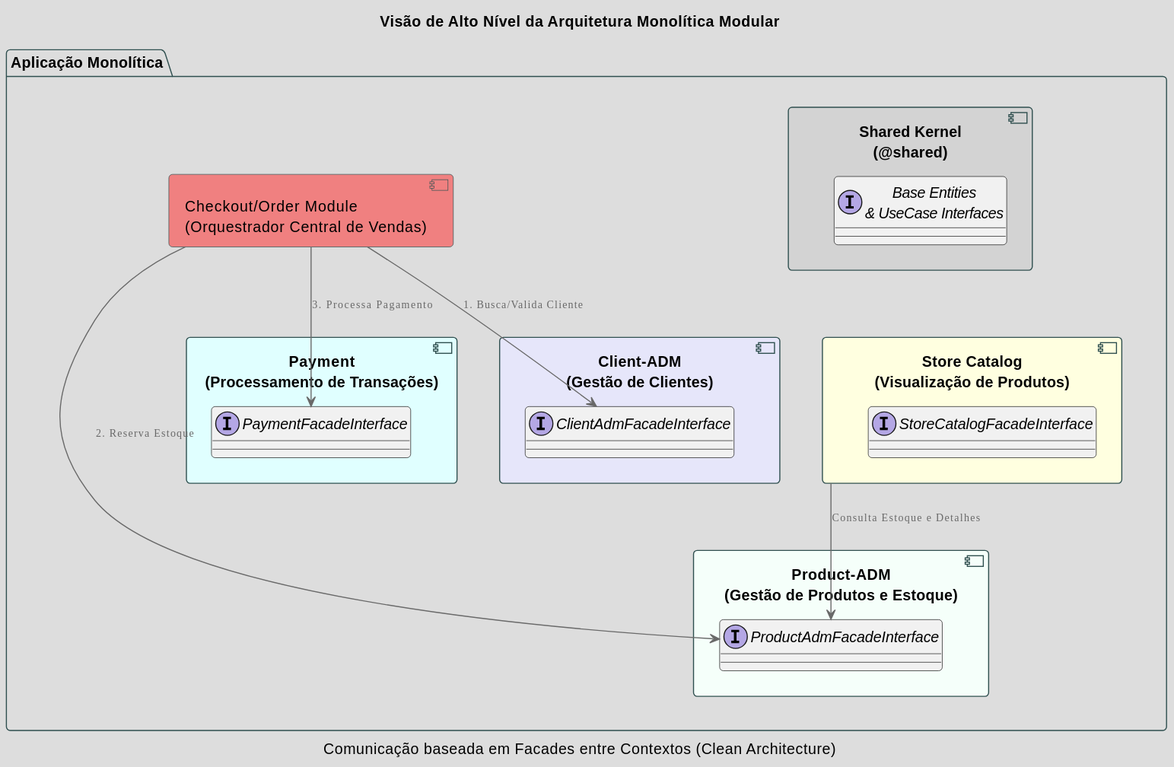
Earlier version of the PlantUML export plantUml/arquitetura-diagrama-altonivel.svg (danielso2007/fc-monolito-curso). The source it was exported from:
```plantuml
@startuml
!theme toy

allowmixing
skinparam component {
    BorderColor DarkSlateGray
    BackgroundColor WhiteSmoke
    ArrowColor DimGray
    ArrowFontName DroidSansMono
    ArrowFontSize 10
    ArrowFontColor DimGray
}
skinparam package {
    BorderColor DarkSlateGray
}
skinparam interface {
    BorderColor DarkOrange
    BackgroundColor LightYellow
}

title Visão de Alto Nível da Arquitetura Monolítica Modular
caption Comunicação baseada em Facades entre Contextos (Clean Architecture)

package "Aplicação Monolítica" {

    component "Shared Kernel\n(@shared)" as Shared #LightGray {
        interface "Base Entities\n& UseCase Interfaces" as SharedInterfaces
    }


    component "Client-ADM\n(Gestão de Clientes)" as ClientAdm #Lavender {
        interface "ClientAdmFacadeInterface" as ClientAdmFacade
    }

    component "Product-ADM\n(Gestão de Produtos e Estoque)" as ProductAdm #MintCream {
        interface "ProductAdmFacadeInterface" as ProductAdmFacade
    }

    component "Store Catalog\n(Visualização de Produtos)" as StoreCatalog #LightYellow {
        interface "StoreCatalogFacadeInterface" as StoreCatalogFacade
    }

    component "Payment\n(Processamento de Transações)" as Payment #LightCyan {
        interface "PaymentFacadeInterface" as PaymentFacade
    }


    component "Checkout/Order Module\n(Orquestrador Central de Vendas)" as OrderOrchestrator #LightCoral


    StoreCatalog --> ProductAdmFacade : Consulta Estoque e Detalhes

    OrderOrchestrator --> ClientAdmFacade : 1. Busca/Valida Cliente
    OrderOrchestrator --> ProductAdmFacade : 2. Reserva Estoque
    OrderOrchestrator --> PaymentFacade : 3. Processa Pagamento

    ClientAdm -[hidden]up-|> Shared
    ProductAdm -[hidden]up-|> Shared
    StoreCatalog -[hidden]up-|> Shared
    Payment -[hidden]up-|> Shared
}
@enduml
```
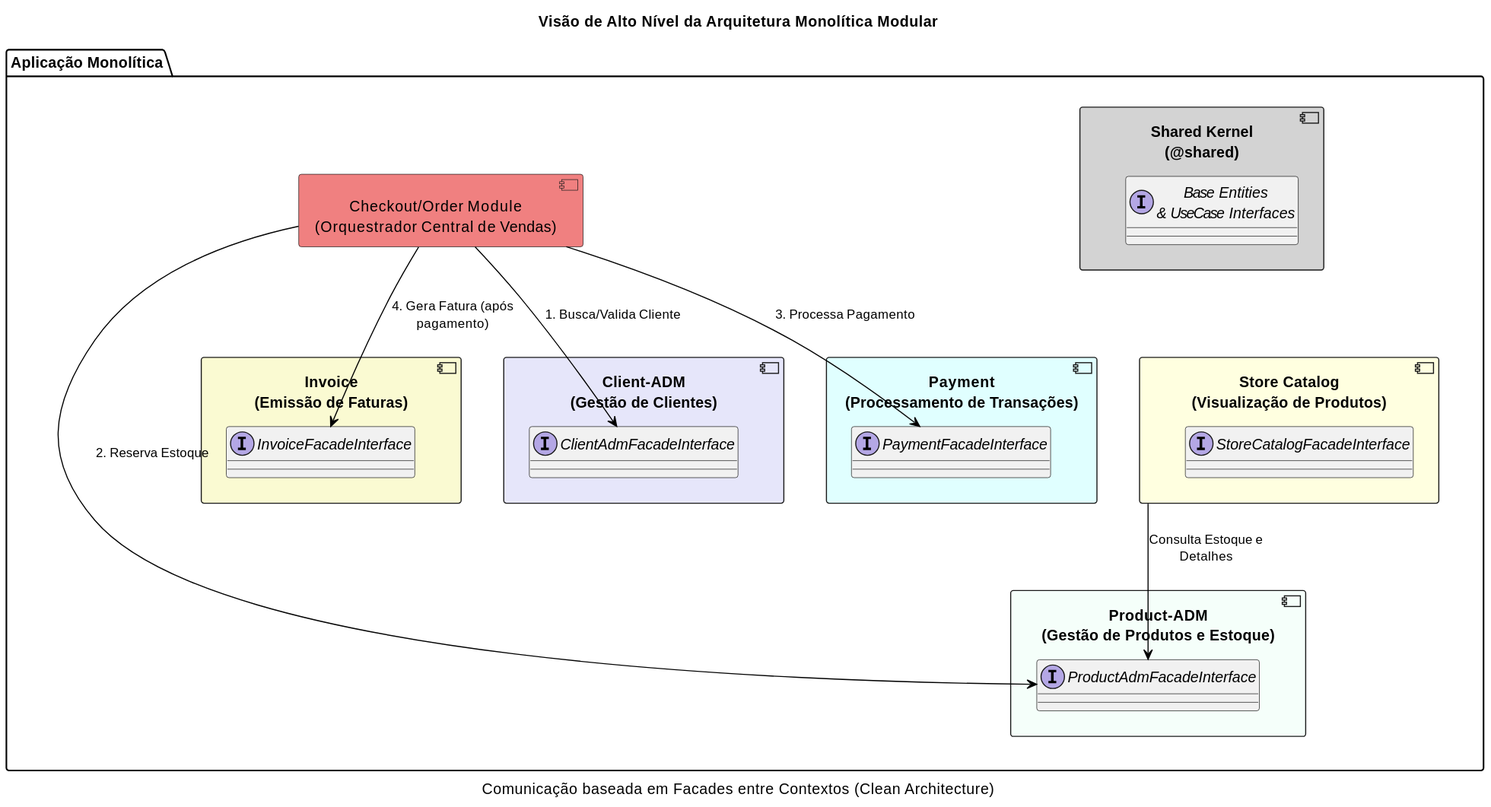
The same file after the commit.

Commit message:
doc: Ajustado o diagrama de arquitetura com o Invoice.

The edit, as a diff of the source:
```diff
@@ -1,22 +1,7 @@
 @startuml
-!theme toy
+!include <archimate/Archimate>
+allowmixing
 
-allowmixing
-skinparam component {
-    BorderColor DarkSlateGray
-    BackgroundColor WhiteSmoke
-    ArrowColor DimGray
-    ArrowFontName DroidSansMono
-    ArrowFontSize 10
-    ArrowFontColor DimGray
-}
-skinparam package {
-    BorderColor DarkSlateGray
-}
-skinparam interface {
-    BorderColor DarkOrange
-    BackgroundColor LightYellow
-}
 
 title Visão de Alto Nível da Arquitetura Monolítica Modular
 caption Comunicação baseada em Facades entre Contextos (Clean Architecture)
@@ -44,6 +29,10 @@
         interface "PaymentFacadeInterface" as PaymentFacade
     }
 
+    component "Invoice\n(Emissão de Faturas)" as Invoice #LightGoldenRodYellow {
+        interface "InvoiceFacadeInterface" as InvoiceFacade
+    }
+
 
     component "Checkout/Order Module\n(Orquestrador Central de Vendas)" as OrderOrchestrator #LightCoral
 
@@ -53,10 +42,12 @@
     OrderOrchestrator --> ClientAdmFacade : 1. Busca/Valida Cliente
     OrderOrchestrator --> ProductAdmFacade : 2. Reserva Estoque
     OrderOrchestrator --> PaymentFacade : 3. Processa Pagamento
+    OrderOrchestrator --> InvoiceFacade : 4. Gera Fatura (após pagamento)
 
     ClientAdm -[hidden]up-|> Shared
     ProductAdm -[hidden]up-|> Shared
     StoreCatalog -[hidden]up-|> Shared
     Payment -[hidden]up-|> Shared
+    Invoice -[hidden]up-|> Shared
 }
 @enduml
```
